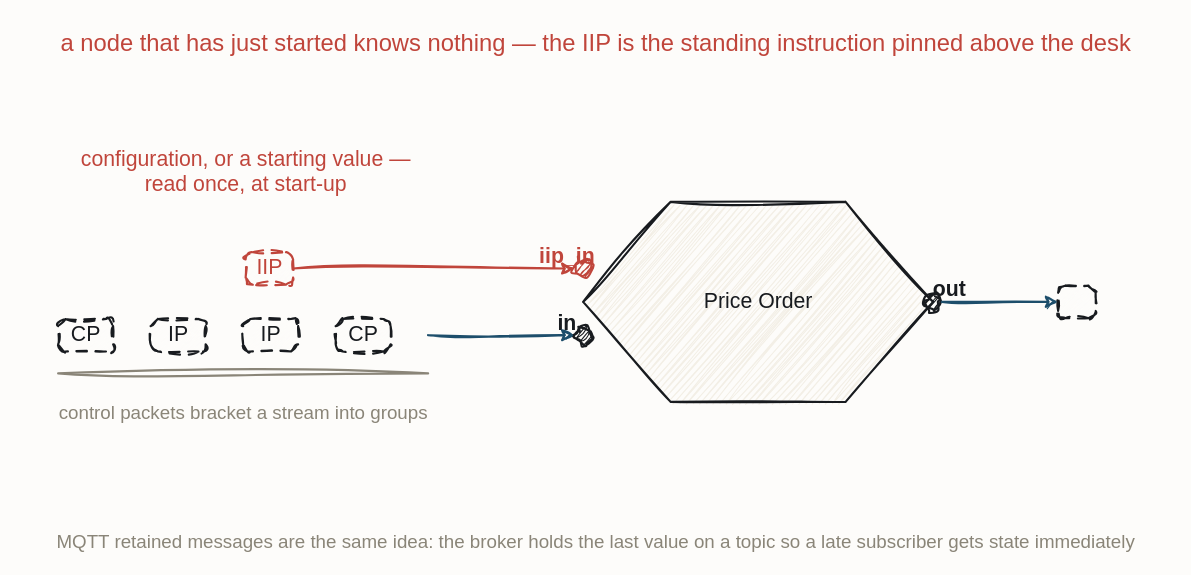
The draw.io diagram resources/flow-fbp-iip.drawio in iancooper/practical-messaging, before the edit. Source tidied: cells renumbered, new cells numbered last; positions are measured from the earlier drawing's top-left corner, leaving out a move shared by most shapes. Both pictures are drawn from the tidied source at 125%, with x=0, y=0 at pixel (58, 21).
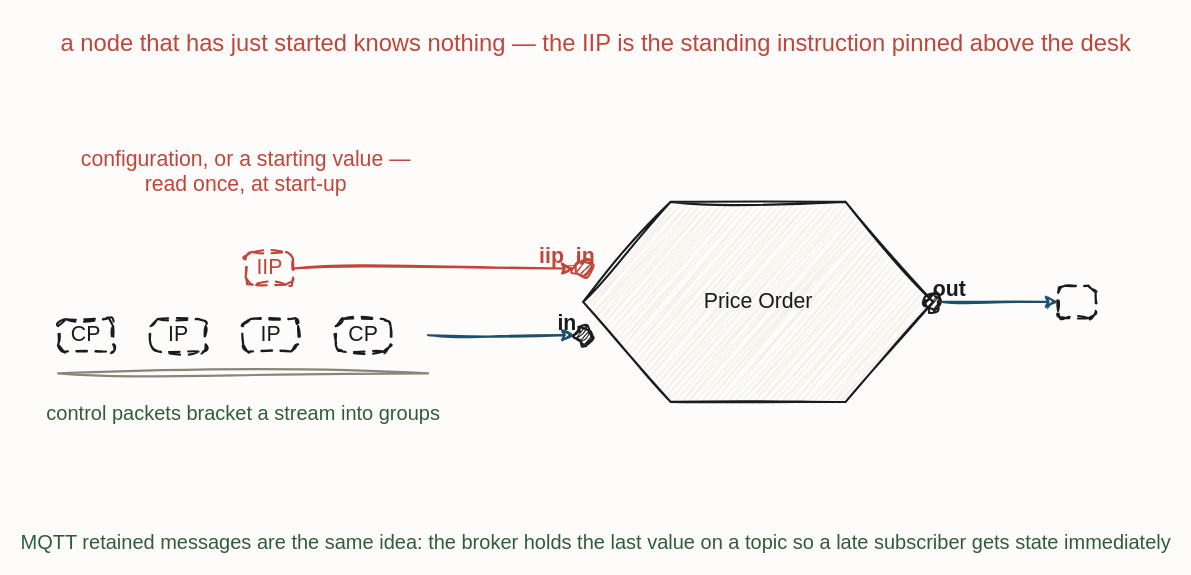
The same diagram, later.

Diff of the diagram source:
```diff
@@
-    <mxCell id="16" value="control packets bracket a stream into groups" style="text;html=1;align=center;fontFamily=Caveat;fontSize=15;fontColor=#8A8578;" parent="1" vertex="1">
+    <mxCell id="16" value="control packets bracket a stream into groups" style="text;html=1;align=center;fontFamily=Caveat;fontSize=16;fontColor=#2F5D3A;" parent="1" vertex="1">
       <mxGeometry x="88" y="296.7" width="120" height="20" as="geometry" />
     </mxCell>
@@
-    <mxCell id="19" value="MQTT retained messages are the same idea: the broker holds the last value on a topic so a late subscriber gets state immediately" style="text;html=1;align=center;fontFamily=Caveat;fontSize=15;fontColor=#8A8578;" parent="1" vertex="1">
+    <mxCell id="19" value="MQTT retained messages are the same idea: the broker holds the last value on a topic so a late subscriber gets state immediately" style="text;html=1;align=center;fontFamily=Caveat;fontSize=16;fontColor=#2F5D3A;" parent="1" vertex="1">
       <mxGeometry x="370" y="400" width="120" height="20" as="geometry" />
     </mxCell>
```
